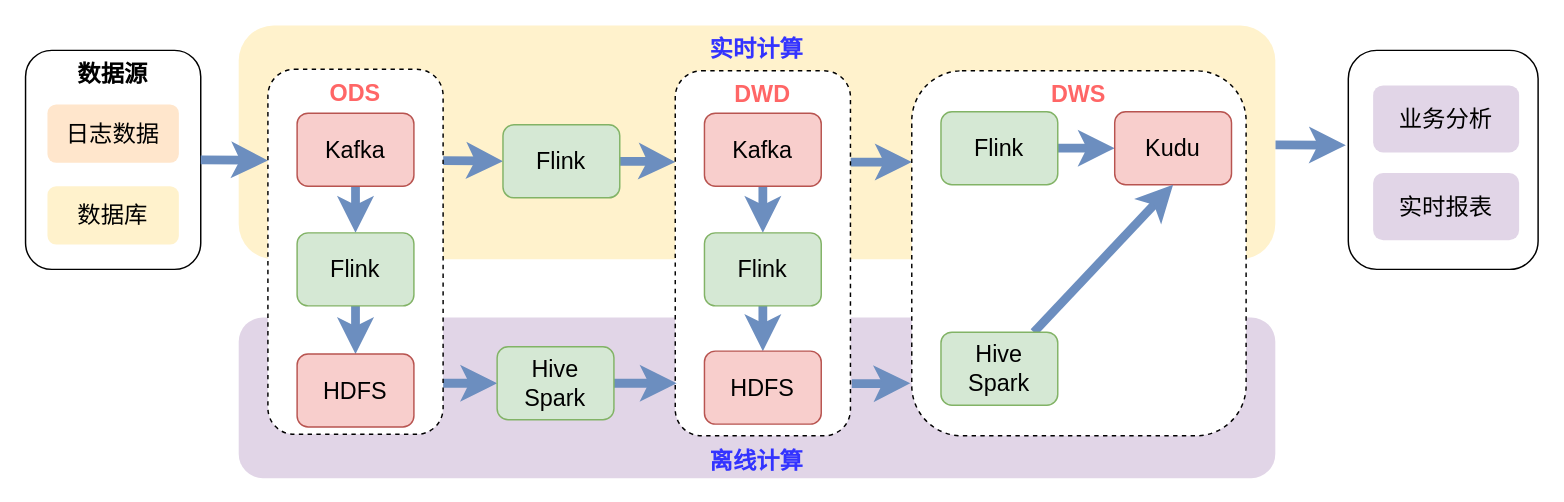
The draw.io diagram page "Lambda架构" (13 of 23) of work.drawio in starzy1990/diagrams, before the edit. Source tidied: cells renumbered, new cells numbered last; positions are measured from the earlier drawing's top-left corner, leaving out a move shared by most shapes. Both pictures are drawn from the tidied source at 146%, with x=0, y=0 at pixel (25, 25).
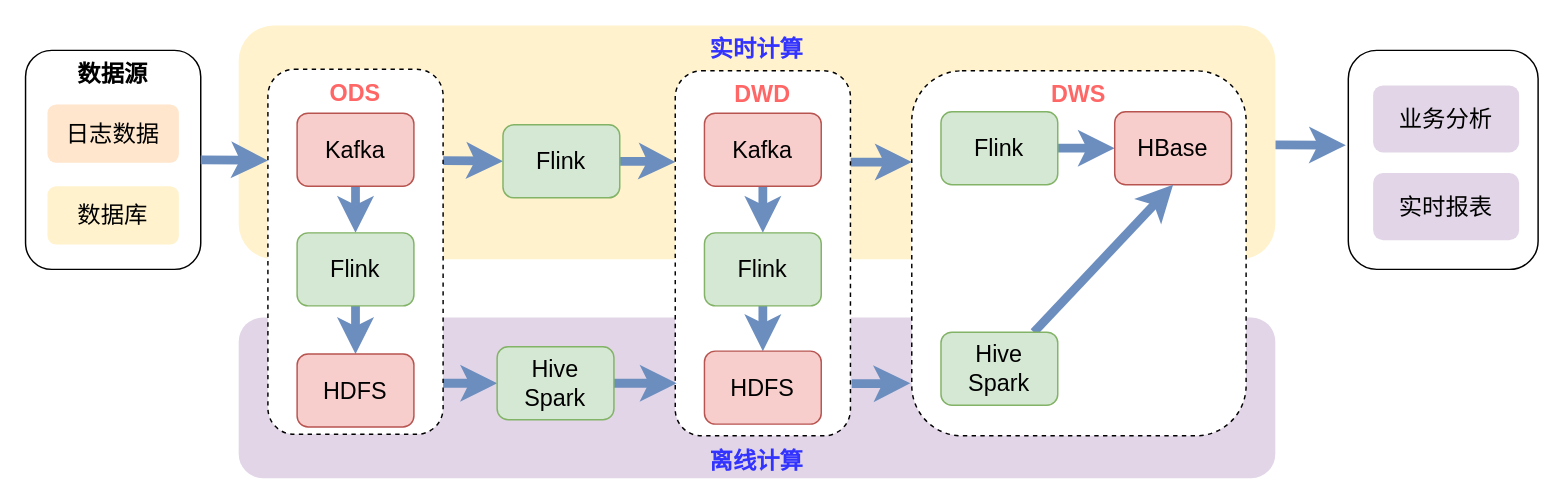
Above is the later version.

Change to the diagram source:
```diff
@@
-    <mxCell id="32" value="Kudu" style="rounded=1;whiteSpace=wrap;html=1;fontSize=16;fillColor=#f8cecc;strokeColor=#b85450;" parent="1" vertex="1">
+    <mxCell id="32" value="HBase" style="rounded=1;whiteSpace=wrap;html=1;fontSize=16;fillColor=#f8cecc;strokeColor=#b85450;" parent="1" vertex="1">
       <mxGeometry x="746" y="59" width="80" height="50" as="geometry" />
     </mxCell>
```
